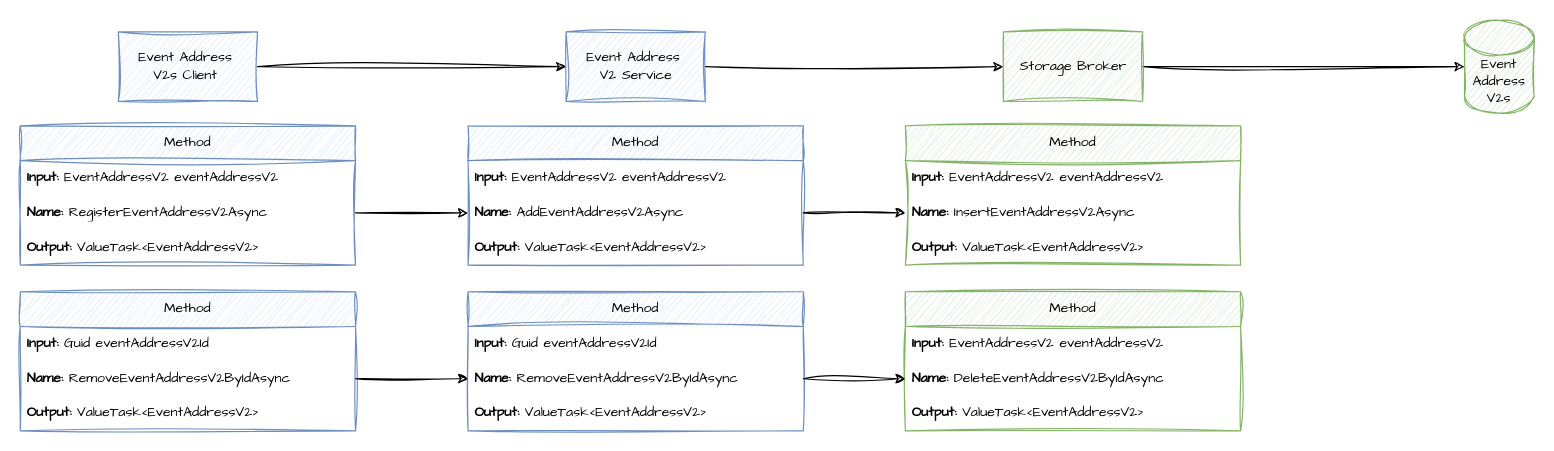
Above: page "REGISTER AND REMOVE EVENT ADDRESS V2" (3 of 5) of EventHighway.Designs/EVENTS.drawio in hassanhabib/EventHighway (draw.io), before the change. Source tidied: cells renumbered, new cells numbered last; positions are measured from the earlier drawing's top-left corner, leaving out a move shared by most shapes. Both pictures are drawn from the tidied source at 116%, with x=0, y=0 at pixel (20, 20).
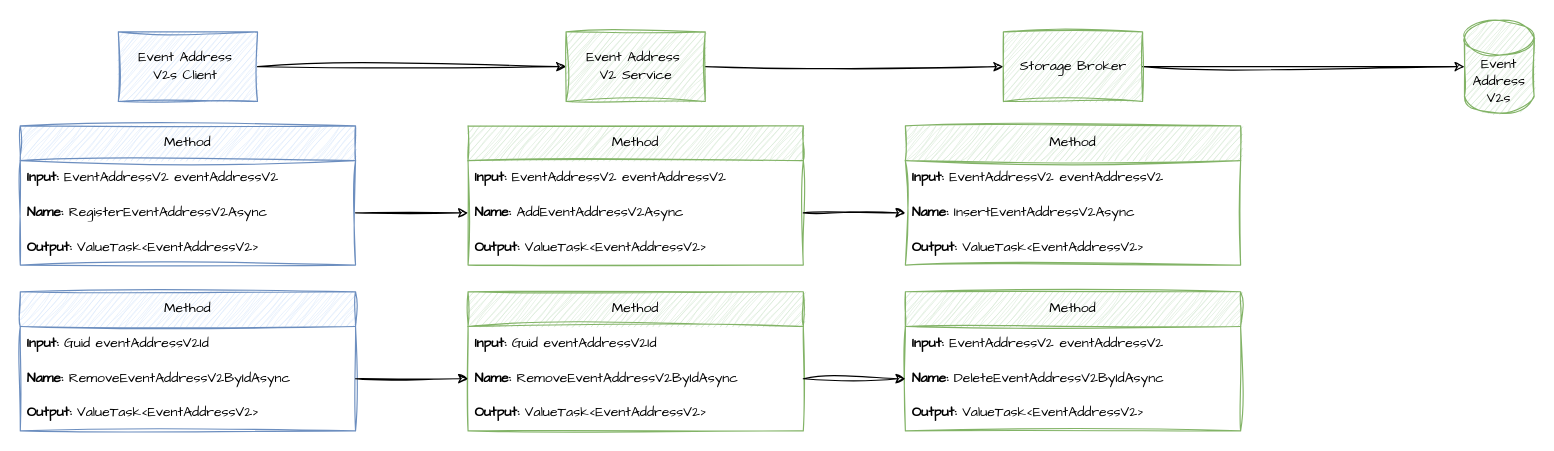
Above is the later version.

Commit message:
STATUS: Register & Remove Event Address V2 As Of 13-03-25

Change to the diagram source:
```diff
@@
-    <mxCell id="13" value="Event Address&amp;nbsp;&lt;div&gt;V2 Service&lt;/div&gt;" style="rounded=0;whiteSpace=wrap;html=1;sketch=1;hachureGap=4;jiggle=2;curveFitting=1;fontFamily=Architects Daughter;fillColor=#dae8fc;strokeColor=#6c8ebf;" parent="1" vertex="1">
+    <mxCell id="13" value="Event Address&amp;nbsp;&lt;div&gt;V2 Service&lt;/div&gt;" style="rounded=0;whiteSpace=wrap;html=1;sketch=1;hachureGap=4;jiggle=2;curveFitting=1;fontFamily=Architects Daughter;fillColor=#d5e8d4;strokeColor=#82b366;" parent="1" vertex="1">
       <mxGeometry x="470.5" y="10" width="120" height="60" as="geometry" />
     </mxCell>
-    <mxCell id="14" value="Method" style="swimlane;fontStyle=0;horizontal=1;startSize=30;whiteSpace=wrap;html=1;sketch=1;hachureGap=4;jiggle=2;curveFitting=1;fontFamily=Architects Daughter;fillColor=#dae8fc;strokeColor=#6c8ebf;" parent="1" vertex="1">
+    <mxCell id="14" value="Method" style="swimlane;fontStyle=0;horizontal=1;startSize=30;whiteSpace=wrap;html=1;sketch=1;hachureGap=4;jiggle=2;curveFitting=1;fontFamily=Architects Daughter;fillColor=#d5e8d4;strokeColor=#82b366;" parent="1" vertex="1">
       <mxGeometry x="386" y="91" width="289" height="120" as="geometry" />
     </mxCell>
@@
-    <mxCell id="18" value="Method" style="swimlane;fontStyle=0;horizontal=1;startSize=30;whiteSpace=wrap;html=1;sketch=1;hachureGap=4;jiggle=2;curveFitting=1;fontFamily=Architects Daughter;fillColor=#dae8fc;strokeColor=#6c8ebf;" parent="1" vertex="1">
+    <mxCell id="18" value="Method" style="swimlane;fontStyle=0;horizontal=1;startSize=30;whiteSpace=wrap;html=1;sketch=1;hachureGap=4;jiggle=2;curveFitting=1;fontFamily=Architects Daughter;fillColor=#d5e8d4;strokeColor=#82b366;" parent="1" vertex="1">
       <mxGeometry x="386" y="234" width="289" height="120" as="geometry" />
     </mxCell>
```
